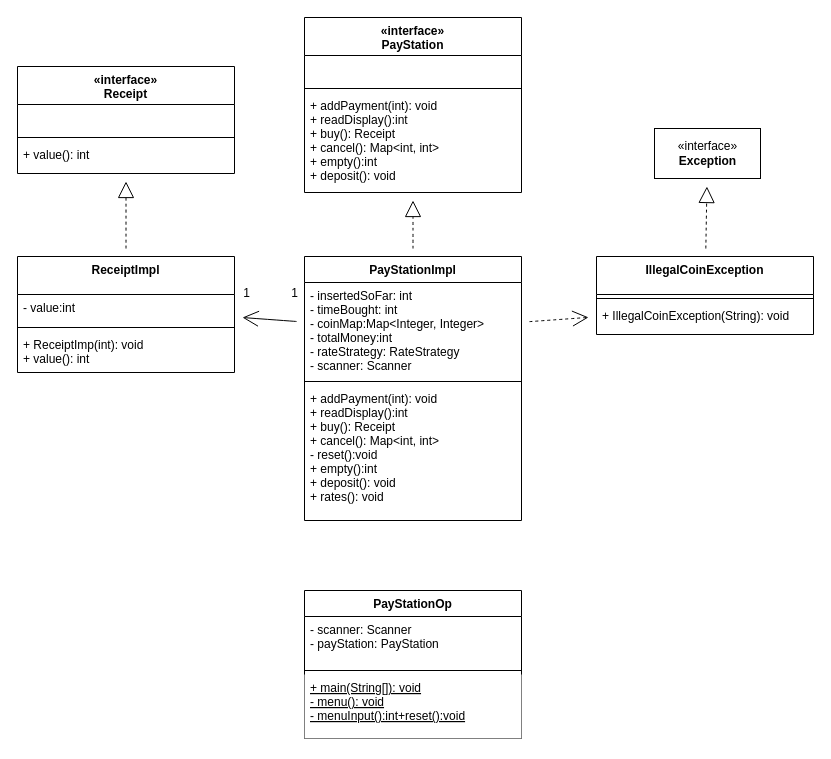
The draw.io diagram Copy of PayStationTDD-ClassDiagram.drawio in msheldon70/misc, before the edit. Source tidied: cells renumbered, new cells numbered last; positions are measured from the earlier drawing's top-left corner, leaving out a move shared by most shapes. Both pictures are drawn from the tidied source at 100%, with x=0, y=0 at pixel (17, 17).
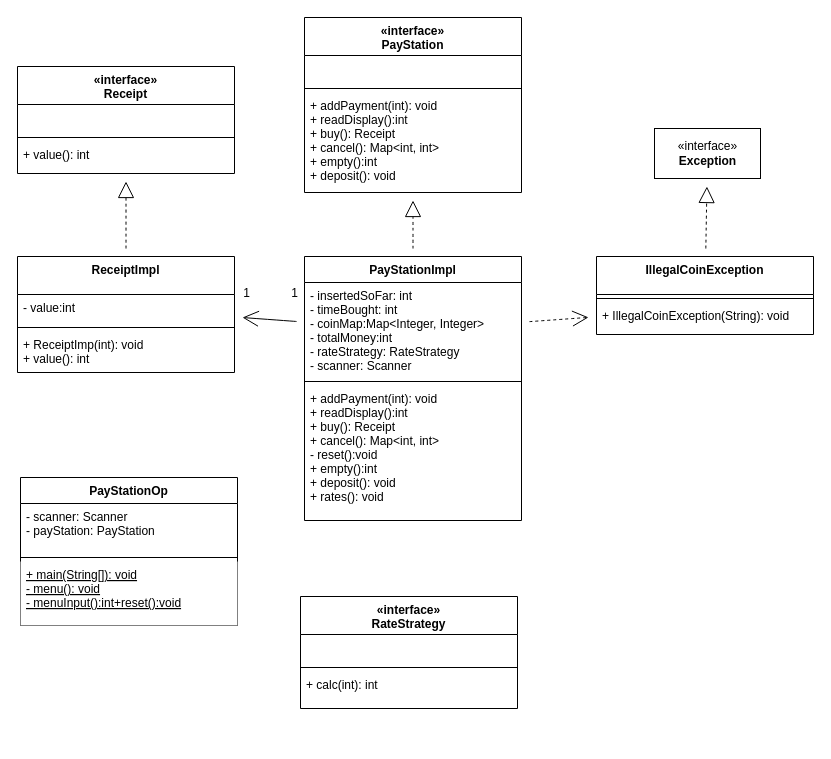
Above is the later version.

Change to the diagram source:
```diff
@@
     <mxCell id="29" value="PayStationOp" style="swimlane;fontStyle=1;align=center;verticalAlign=top;horizontal=1;startSize=26;hachureGap=4;" parent="1" vertex="1">
-      <mxGeometry x="287" y="573" width="217" height="148" as="geometry" />
+      <mxGeometry x="3" y="460" width="217" height="148" as="geometry" />
     </mxCell>
@@
+    <mxCell id="33" value="«interface»&#10;RateStrategy" style="swimlane;fontStyle=1;align=center;verticalAlign=top;horizontal=1;startSize=38;hachureGap=4;" parent="1" vertex="1">
+      <mxGeometry x="283" y="579" width="217" height="112" as="geometry" />
+    </mxCell>
+    <mxCell id="34" value=" &#10;" style="text;strokeColor=none;fillColor=none;align=left;verticalAlign=top;spacingLeft=4;spacingRight=4;overflow=hidden;hachureGap=4;" parent="33" vertex="1">
+      <mxGeometry y="38" width="217" height="29" as="geometry" />
+    </mxCell>
+    <mxCell id="35" style="line;strokeWidth=1;fillColor=none;align=left;verticalAlign=middle;spacingTop=-1;spacingLeft=3;spacingRight=3;labelPosition=right;hachureGap=4;" parent="33" vertex="1">
+      <mxGeometry y="67" width="217" height="8" as="geometry" />
+    </mxCell>
+    <mxCell id="36" value="+ calc(int): int" style="text;strokeColor=none;fillColor=none;align=left;verticalAlign=top;spacingLeft=4;spacingRight=4;overflow=hidden;hachureGap=4;" parent="33" vertex="1">
+      <mxGeometry y="75" width="217" height="37" as="geometry" />
+    </mxCell>
```
